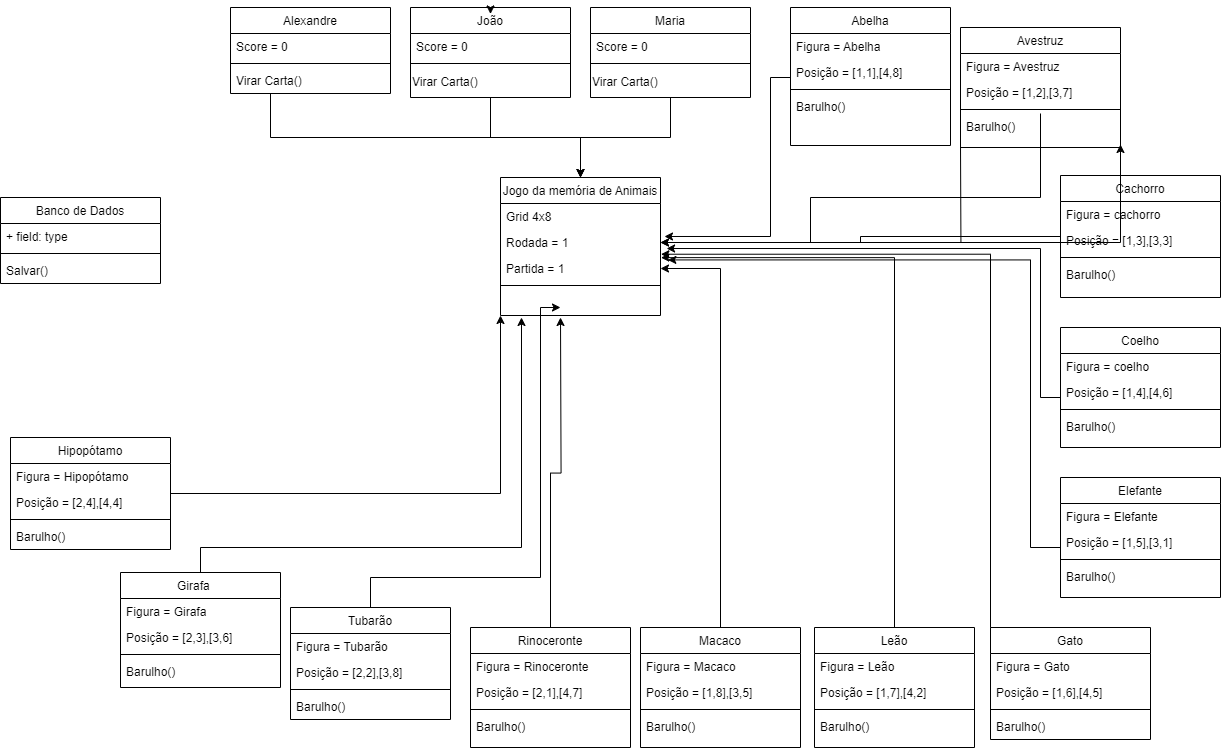
Earlier version of the draw.io export Diagrama de Objetos.drawio.png (FelipeRibeirooo/Entrega-03-OO-UML). Source tidied: cells renumbered, new cells last; positions are measured from the earlier drawing's top-left corner, leaving out a move shared by most shapes.
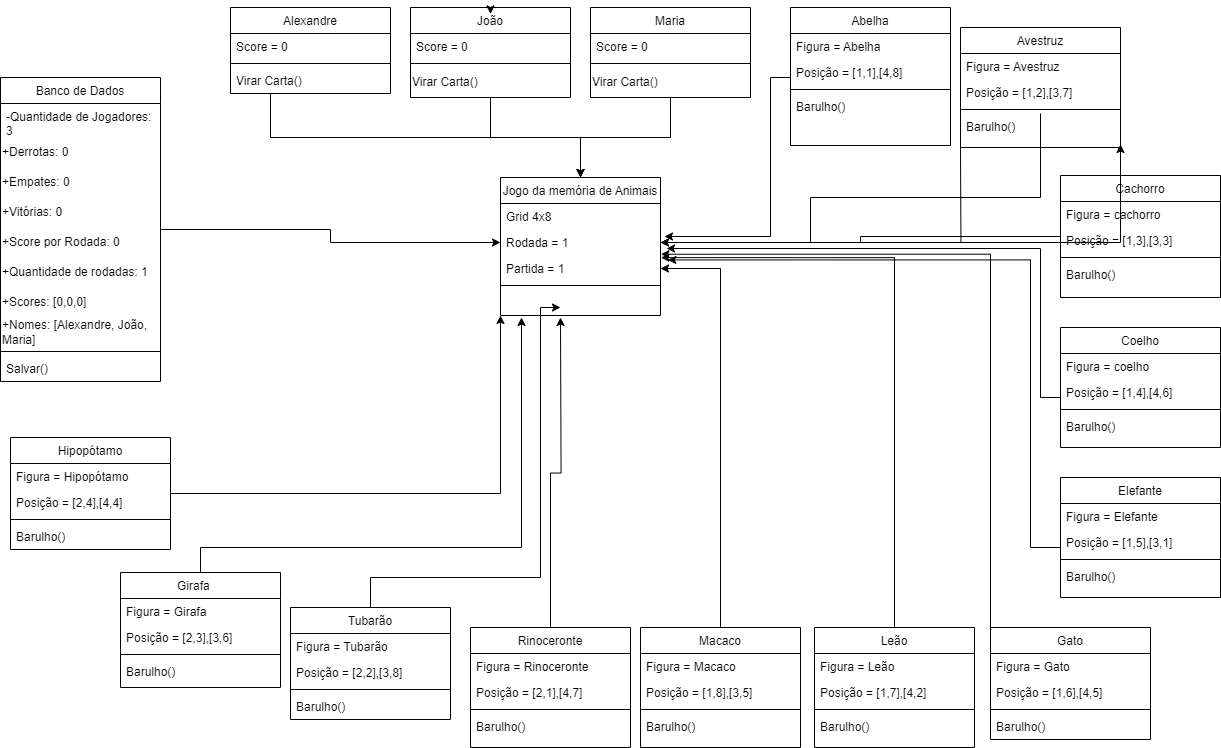
After the change.

What changed in the source:
```diff
@@ -333,17 +333,41 @@
         </Array>
       </mxGeometry>
     </mxCell>
+    <mxCell id="100" style="edgeStyle=orthogonalEdgeStyle;rounded=0;jettySize=auto;html=1;entryX=0;entryY=0.5;entryDx=0;entryDy=0;" parent="1" edge="1" source="96" target="4">
+      <mxGeometry relative="1" as="geometry" />
+    </mxCell>
     <mxCell id="96" value="&lt;span style=&quot;font-weight: normal;&quot;&gt;Banco de Dados&lt;/span&gt;" style="swimlane;fontStyle=1;align=center;verticalAlign=top;horizontal=1;startSize=26;whiteSpace=wrap;html=1;" parent="1" vertex="1">
-      <mxGeometry y="190" width="160" height="86" as="geometry" />
+      <mxGeometry y="70" width="160" height="304" as="geometry" />
     </mxCell>
-    <mxCell id="97" value="+ field: type" style="text;strokeColor=none;fillColor=none;align=left;verticalAlign=top;spacingLeft=4;spacingRight=4;overflow=hidden;whiteSpace=wrap;html=1;" parent="96" vertex="1">
-      <mxGeometry y="26" width="160" height="26" as="geometry" />
-    </mxCell>
+    <mxCell id="101" value="&lt;div&gt;-Quantidade de Jogadores:&amp;nbsp; 3&lt;br&gt;&lt;/div&gt;" style="text;strokeColor=none;fillColor=none;align=left;verticalAlign=top;spacingLeft=4;spacingRight=4;overflow=hidden;whiteSpace=wrap;html=1;" parent="96" vertex="1">
+      <mxGeometry y="26" width="160" height="34" as="geometry" />
+    </mxCell>
+    <mxCell id="102" value="+Derrotas: 0" style="text;html=1;strokeColor=none;fillColor=none;align=left;verticalAlign=middle;whiteSpace=wrap;rounded=0;" parent="96" vertex="1">
+      <mxGeometry y="60" width="160" height="30" as="geometry" />
+    </mxCell>
+    <mxCell id="103" value="+Empates: 0" style="text;html=1;strokeColor=none;fillColor=none;align=left;verticalAlign=middle;whiteSpace=wrap;rounded=0;" parent="96" vertex="1">
+      <mxGeometry y="90" width="160" height="30" as="geometry" />
+    </mxCell>
+    <mxCell id="104" value="+Vitórias: 0" style="text;html=1;strokeColor=none;fillColor=none;align=left;verticalAlign=middle;whiteSpace=wrap;rounded=0;" parent="96" vertex="1">
+      <mxGeometry y="120" width="160" height="30" as="geometry" />
+    </mxCell>
+    <mxCell id="105" value="+Score por Rodada: 0" style="text;html=1;strokeColor=none;fillColor=none;align=left;verticalAlign=middle;whiteSpace=wrap;rounded=0;" parent="96" vertex="1">
+      <mxGeometry y="150" width="160" height="30" as="geometry" />
+    </mxCell>
+    <mxCell id="106" value="&lt;div align=&quot;left&quot;&gt;+Quantidade de rodadas: 1&lt;/div&gt;" style="text;html=1;strokeColor=none;fillColor=none;align=left;verticalAlign=middle;whiteSpace=wrap;rounded=0;" parent="96" vertex="1">
+      <mxGeometry y="180" width="160" height="30" as="geometry" />
+    </mxCell>
+    <mxCell id="107" value="+Scores: [0,0,0]" style="text;html=1;strokeColor=none;fillColor=none;align=left;verticalAlign=middle;whiteSpace=wrap;rounded=0;" parent="96" vertex="1">
+      <mxGeometry y="210" width="160" height="30" as="geometry" />
+    </mxCell>
+    <mxCell id="108" value="&lt;div align=&quot;left&quot;&gt;+Nomes: [Alexandre, João, Maria]&lt;span style=&quot;white-space: pre;&quot;&gt;&#9;&lt;/span&gt;&lt;br&gt;&lt;/div&gt;" style="text;html=1;strokeColor=none;fillColor=none;align=left;verticalAlign=middle;whiteSpace=wrap;rounded=0;" parent="96" vertex="1">
+      <mxGeometry y="240" width="160" height="30" as="geometry" />
+    </mxCell>
     <mxCell id="98" style="line;strokeWidth=1;fillColor=none;align=left;verticalAlign=middle;spacingTop=-1;spacingLeft=3;spacingRight=3;labelPosition=right;strokeColor=inherit;" parent="96" vertex="1">
-      <mxGeometry y="52" width="160" height="8" as="geometry" />
+      <mxGeometry y="270" width="160" height="8" as="geometry" />
     </mxCell>
     <mxCell id="99" value="Salvar()" style="text;strokeColor=none;fillColor=none;align=left;verticalAlign=top;spacingLeft=4;spacingRight=4;overflow=hidden;whiteSpace=wrap;html=1;" parent="96" vertex="1">
-      <mxGeometry y="60" width="160" height="26" as="geometry" />
+      <mxGeometry y="278" width="160" height="26" as="geometry" />
     </mxCell>
   </root>
 </mxGraphModel>
```
